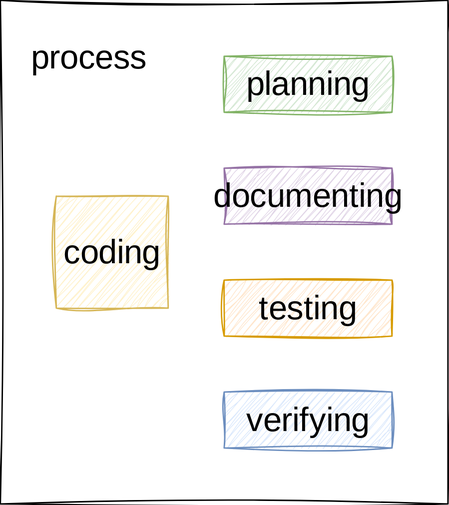
Before: lectures/figures/software_development.drawio.svg, a diagram exported from draw.io (pintergreg/software-engineering). Source tidied: cells renumbered, new cells last; positions are measured from the earlier drawing's top-left corner, leaving out a move shared by most shapes.
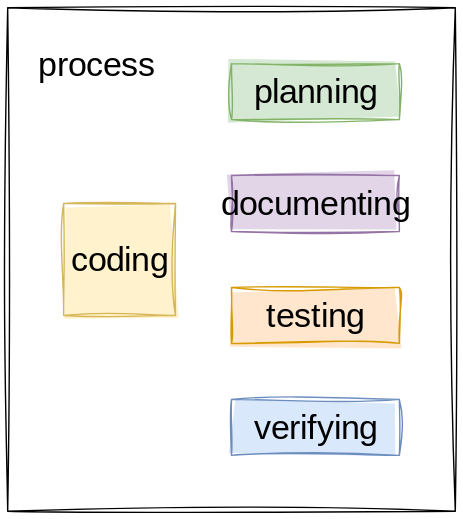
After the change.

Commit message:
Fill rectangles GH-47

What changed in the source:
```diff
@@ -5,19 +5,19 @@
     <mxCell id="2" value="process" style="rounded=0;whiteSpace=wrap;html=1;fontSize=24;align=left;verticalAlign=top;spacingTop=20;spacingLeft=20;sketch=1;curveFitting=1;jiggle=2;fontFamily=Delicious Handrawn;fontSource=https%3A%2F%2Ffonts.googleapis.com%2Fcss%3Ffamily%3DDelicious%2BHandrawn;" parent="1" vertex="1">
       <mxGeometry width="320" height="360" as="geometry" />
     </mxCell>
-    <mxCell id="3" value="coding" style="rounded=0;whiteSpace=wrap;html=1;fontSize=24;fillColor=#fff2cc;strokeColor=#d6b656;sketch=1;curveFitting=1;jiggle=2;fontFamily=Delicious Handrawn;fontSource=https%3A%2F%2Ffonts.googleapis.com%2Fcss%3Ffamily%3DDelicious%2BHandrawn;" parent="1" vertex="1">
+    <mxCell id="3" value="coding" style="rounded=0;whiteSpace=wrap;html=1;fontSize=24;fillColor=#fff2cc;strokeColor=#d6b656;sketch=1;curveFitting=1;jiggle=2;fontFamily=Delicious Handrawn;fontSource=https%3A%2F%2Ffonts.googleapis.com%2Fcss%3Ffamily%3DDelicious%2BHandrawn;fillStyle=solid;" parent="1" vertex="1">
       <mxGeometry x="40" y="140" width="80" height="80" as="geometry" />
     </mxCell>
-    <mxCell id="4" value="documenting" style="rounded=0;whiteSpace=wrap;html=1;fontSize=24;fillColor=#e1d5e7;strokeColor=#9673a6;sketch=1;curveFitting=1;jiggle=2;fontFamily=Delicious Handrawn;fontSource=https%3A%2F%2Ffonts.googleapis.com%2Fcss%3Ffamily%3DDelicious%2BHandrawn;" parent="1" vertex="1">
+    <mxCell id="4" value="documenting" style="rounded=0;whiteSpace=wrap;html=1;fontSize=24;fillColor=#e1d5e7;strokeColor=#9673a6;sketch=1;curveFitting=1;jiggle=2;fontFamily=Delicious Handrawn;fontSource=https%3A%2F%2Ffonts.googleapis.com%2Fcss%3Ffamily%3DDelicious%2BHandrawn;fillStyle=solid;" parent="1" vertex="1">
       <mxGeometry x="160" y="120" width="120" height="40" as="geometry" />
     </mxCell>
-    <mxCell id="5" value="testing" style="rounded=0;whiteSpace=wrap;html=1;fontSize=24;fillColor=#ffe6cc;strokeColor=#d79b00;sketch=1;curveFitting=1;jiggle=2;fontFamily=Delicious Handrawn;fontSource=https%3A%2F%2Ffonts.googleapis.com%2Fcss%3Ffamily%3DDelicious%2BHandrawn;" parent="1" vertex="1">
+    <mxCell id="5" value="testing" style="rounded=0;whiteSpace=wrap;html=1;fontSize=24;fillColor=#ffe6cc;strokeColor=#d79b00;sketch=1;curveFitting=1;jiggle=2;fontFamily=Delicious Handrawn;fontSource=https%3A%2F%2Ffonts.googleapis.com%2Fcss%3Ffamily%3DDelicious%2BHandrawn;fillStyle=solid;" parent="1" vertex="1">
       <mxGeometry x="160" y="200" width="120" height="40" as="geometry" />
     </mxCell>
-    <mxCell id="6" value="verifying" style="rounded=0;whiteSpace=wrap;html=1;fontSize=24;fillColor=#dae8fc;strokeColor=#6c8ebf;sketch=1;curveFitting=1;jiggle=2;fontFamily=Delicious Handrawn;fontSource=https%3A%2F%2Ffonts.googleapis.com%2Fcss%3Ffamily%3DDelicious%2BHandrawn;" parent="1" vertex="1">
+    <mxCell id="6" value="verifying" style="rounded=0;whiteSpace=wrap;html=1;fontSize=24;fillColor=#dae8fc;strokeColor=#6c8ebf;sketch=1;curveFitting=1;jiggle=2;fontFamily=Delicious Handrawn;fontSource=https%3A%2F%2Ffonts.googleapis.com%2Fcss%3Ffamily%3DDelicious%2BHandrawn;fillStyle=solid;" parent="1" vertex="1">
       <mxGeometry x="160" y="280" width="120" height="40" as="geometry" />
     </mxCell>
-    <mxCell id="7" value="planning" style="rounded=0;whiteSpace=wrap;html=1;fontSize=24;fillColor=#d5e8d4;strokeColor=#82b366;sketch=1;curveFitting=1;jiggle=2;fontFamily=Delicious Handrawn;fontSource=https%3A%2F%2Ffonts.googleapis.com%2Fcss%3Ffamily%3DDelicious%2BHandrawn;" parent="1" vertex="1">
+    <mxCell id="7" value="planning" style="rounded=0;whiteSpace=wrap;html=1;fontSize=24;fillColor=#d5e8d4;strokeColor=#82b366;sketch=1;curveFitting=1;jiggle=2;fontFamily=Delicious Handrawn;fontSource=https%3A%2F%2Ffonts.googleapis.com%2Fcss%3Ffamily%3DDelicious%2BHandrawn;fillStyle=solid;" parent="1" vertex="1">
       <mxGeometry x="160" y="40" width="120" height="40" as="geometry" />
     </mxCell>
   </root>
```
